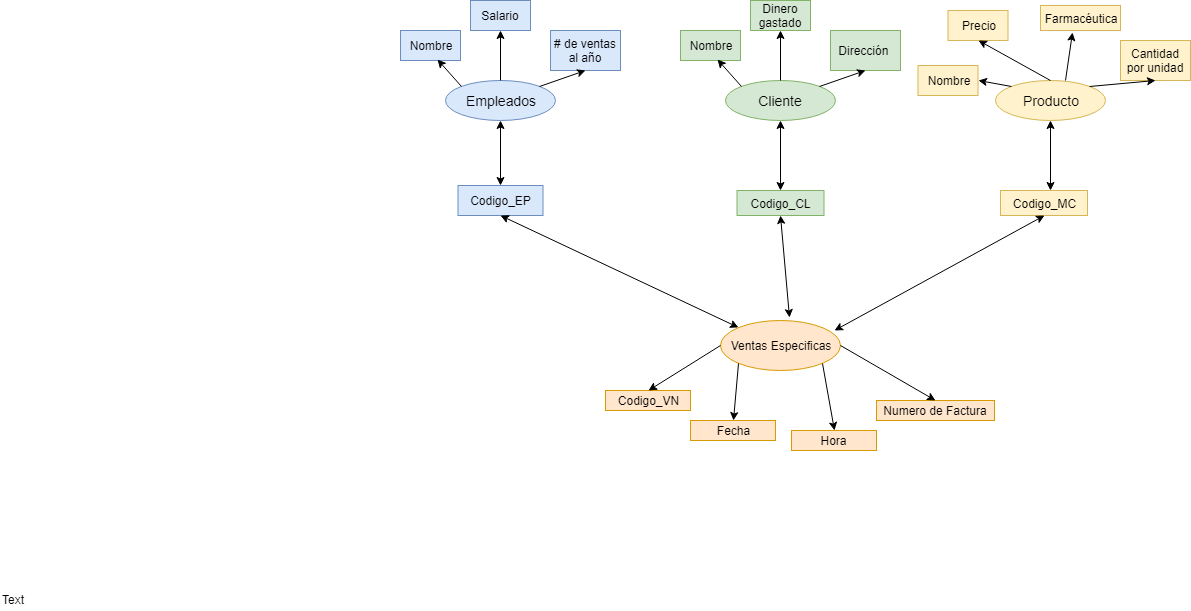
chchew/PROYECTO2-BD keeps this draw.io diagram as Fase 1/Diagrama.png. Above is the earlier version. Source tidied: cells renumbered, new cells last; positions are measured from the earlier drawing's top-left corner, leaving out a move shared by most shapes.
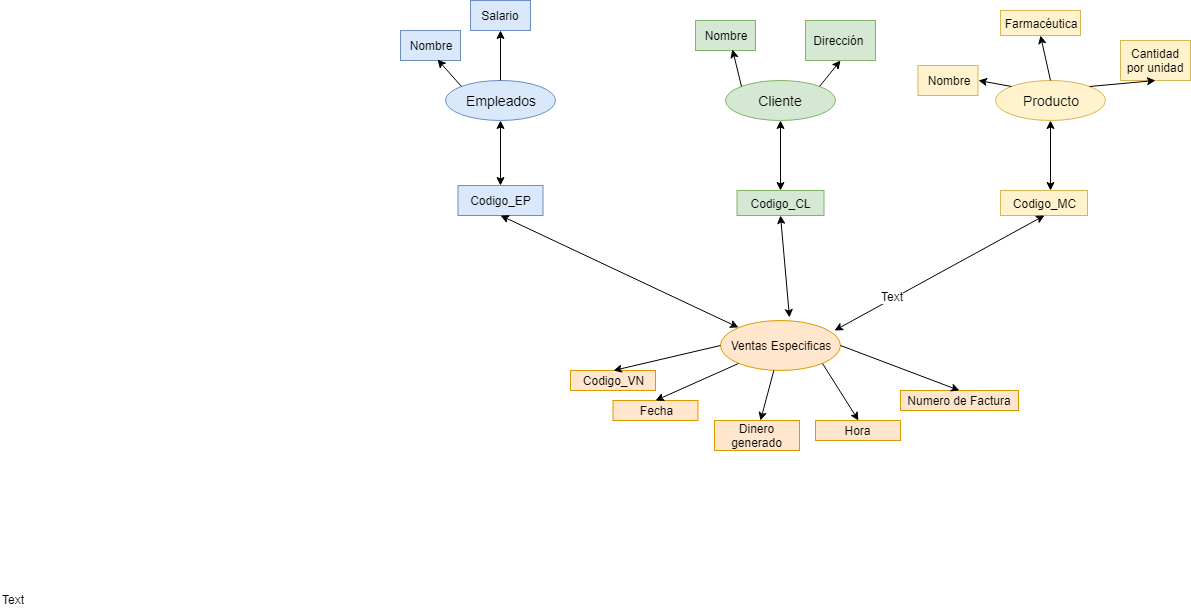
After the commit.

Diff of the diagram source:
```diff
@@ -11,18 +11,12 @@
     <mxCell id="4" value="Salario" style="rounded=0;whiteSpace=wrap;html=1;fillColor=#dae8fc;strokeColor=#6c8ebf;" parent="1" vertex="1">
       <mxGeometry x="470" width="60" height="30" as="geometry" />
     </mxCell>
-    <mxCell id="5" value="# de ventas al año" style="rounded=0;whiteSpace=wrap;html=1;fillColor=#dae8fc;strokeColor=#6c8ebf;" parent="1" vertex="1">
-      <mxGeometry x="550" y="30" width="70" height="40" as="geometry" />
-    </mxCell>
     <mxCell id="6" style="endArrow=classic;html=1;entryX=0.617;entryY=0.967;entryDx=0;entryDy=0;entryPerimeter=0;exitX=0;exitY=0;exitDx=0;exitDy=0;" parent="1" edge="1" source="2" target="3">
       <mxGeometry relative="1" as="geometry" />
     </mxCell>
     <mxCell id="7" style="endArrow=classic;html=1;exitX=0.5;exitY=0;exitDx=0;exitDy=0;entryX=0.5;entryY=1;entryDx=0;entryDy=0;" parent="1" edge="1" source="2" target="4">
       <mxGeometry relative="1" as="geometry" />
     </mxCell>
-    <mxCell id="8" style="endArrow=classic;html=1;exitX=1;exitY=0;exitDx=0;exitDy=0;entryX=0.5;entryY=1;entryDx=0;entryDy=0;" parent="1" edge="1" source="2" target="5">
-      <mxGeometry relative="1" as="geometry" />
-    </mxCell>
     <mxCell id="9" style="endArrow=classic;startArrow=classic;html=1;entryX=0.5;entryY=0;entryDx=0;entryDy=0;" parent="1" edge="1" target="10">
       <mxGeometry relative="1" as="geometry">
         <mxPoint x="500" y="120" as="sourcePoint" />
@@ -41,20 +35,14 @@
       <mxGeometry x="725" y="80" width="110" height="40" as="geometry" />
     </mxCell>
     <mxCell id="14" value="Nombre" style="rounded=0;whiteSpace=wrap;html=1;fillColor=#d5e8d4;strokeColor=#82b366;" parent="1" vertex="1">
-      <mxGeometry x="680" y="30" width="60" height="30" as="geometry" />
+      <mxGeometry x="695" y="20" width="60" height="30" as="geometry" />
     </mxCell>
-    <mxCell id="15" value="Dinero gastado" style="rounded=0;whiteSpace=wrap;html=1;fillColor=#d5e8d4;strokeColor=#82b366;" parent="1" vertex="1">
-      <mxGeometry x="750" width="60" height="30" as="geometry" />
-    </mxCell>
     <mxCell id="16" value="Dirección&amp;nbsp;" style="rounded=0;whiteSpace=wrap;html=1;fillColor=#d5e8d4;strokeColor=#82b366;" parent="1" vertex="1">
-      <mxGeometry x="830" y="30" width="70" height="40" as="geometry" />
+      <mxGeometry x="805" y="20" width="70" height="40" as="geometry" />
     </mxCell>
     <mxCell id="17" style="endArrow=classic;html=1;entryX=0.617;entryY=0.967;entryDx=0;entryDy=0;entryPerimeter=0;exitX=0;exitY=0;exitDx=0;exitDy=0;" parent="1" edge="1" source="13" target="14">
       <mxGeometry relative="1" as="geometry" />
     </mxCell>
-    <mxCell id="18" style="endArrow=classic;html=1;exitX=0.5;exitY=0;exitDx=0;exitDy=0;entryX=0.5;entryY=1;entryDx=0;entryDy=0;" parent="1" edge="1" source="13" target="15">
-      <mxGeometry relative="1" as="geometry" />
-    </mxCell>
     <mxCell id="19" style="endArrow=classic;html=1;exitX=1;exitY=0;exitDx=0;exitDy=0;entryX=0.5;entryY=1;entryDx=0;entryDy=0;" parent="1" edge="1" source="13" target="16">
       <mxGeometry relative="1" as="geometry" />
     </mxCell>
@@ -75,18 +63,12 @@
     <mxCell id="24" value="Nombre" style="rounded=0;whiteSpace=wrap;html=1;fillColor=#fff2cc;strokeColor=#d6b656;" parent="1" vertex="1">
       <mxGeometry x="917.5" y="65" width="60" height="30" as="geometry" />
     </mxCell>
-    <mxCell id="25" value="Precio" style="rounded=0;whiteSpace=wrap;html=1;fillColor=#fff2cc;strokeColor=#d6b656;" parent="1" vertex="1">
-      <mxGeometry x="947.5" y="10" width="60" height="30" as="geometry" />
-    </mxCell>
     <mxCell id="26" value="Cantidad por unidad" style="rounded=0;whiteSpace=wrap;html=1;fillColor=#fff2cc;strokeColor=#d6b656;" parent="1" vertex="1">
       <mxGeometry x="1120" y="40" width="70" height="40" as="geometry" />
     </mxCell>
     <mxCell id="27" style="endArrow=classic;html=1;entryX=1;entryY=0.5;entryDx=0;entryDy=0;exitX=0;exitY=0;exitDx=0;exitDy=0;" parent="1" edge="1" source="23" target="24">
       <mxGeometry relative="1" as="geometry" />
     </mxCell>
-    <mxCell id="28" style="endArrow=classic;html=1;exitX=0.5;exitY=0;exitDx=0;exitDy=0;entryX=0.5;entryY=1;entryDx=0;entryDy=0;" parent="1" edge="1" source="23" target="25">
-      <mxGeometry relative="1" as="geometry" />
-    </mxCell>
     <mxCell id="29" style="endArrow=classic;html=1;exitX=1;exitY=0;exitDx=0;exitDy=0;entryX=0.5;entryY=1;entryDx=0;entryDy=0;" parent="1" edge="1" source="23" target="26">
       <mxGeometry relative="1" as="geometry" />
     </mxCell>
@@ -97,11 +79,11 @@
       </mxGeometry>
     </mxCell>
     <mxCell id="31" value="Farmacéutica" style="rounded=0;whiteSpace=wrap;html=1;fillColor=#fff2cc;strokeColor=#d6b656;" parent="1" vertex="1">
-      <mxGeometry x="1040" y="5" width="80" height="25" as="geometry" />
+      <mxGeometry x="1000" y="10" width="80" height="25" as="geometry" />
     </mxCell>
-    <mxCell id="32" style="endArrow=classic;html=1;entryX=0.4;entryY=1.08;entryDx=0;entryDy=0;entryPerimeter=0;" parent="1" edge="1" target="31">
+    <mxCell id="32" style="endArrow=classic;html=1;entryX=0.5;entryY=1;entryDx=0;entryDy=0;" parent="1" edge="1" target="31">
       <mxGeometry relative="1" as="geometry">
-        <mxPoint x="1065" y="80" as="sourcePoint" />
+        <mxPoint x="1050" y="80" as="sourcePoint" />
       </mxGeometry>
     </mxCell>
     <mxCell id="33" value="Codigo_MC" style="rounded=0;whiteSpace=wrap;html=1;fillColor=#fff2cc;strokeColor=#d6b656;" parent="1" vertex="1">
@@ -110,17 +92,20 @@
     <mxCell id="34" style="endArrow=classic;startArrow=classic;html=1;entryX=0.5;entryY=1;entryDx=0;entryDy=0;exitX=0.946;exitY=0.2;exitDx=0;exitDy=0;exitPerimeter=0;" parent="1" edge="1" source="12" target="33">
       <mxGeometry relative="1" as="geometry" />
     </mxCell>
+    <mxCell id="44" value="Text" style="text;html=1;align=center;verticalAlign=middle;labelBackgroundColor=#ffffff;" parent="34" vertex="1">
+      <mxGeometry x="-0.44" y="3" relative="1" as="geometry" />
+    </mxCell>
     <mxCell id="35" value="Codigo_VN" style="rounded=0;whiteSpace=wrap;html=1;fillColor=#ffe6cc;strokeColor=#d79b00;" parent="1" vertex="1">
-      <mxGeometry x="605" y="390" width="85" height="20" as="geometry" />
+      <mxGeometry x="570" y="370" width="85" height="20" as="geometry" />
     </mxCell>
     <mxCell id="36" value="Fecha" style="rounded=0;whiteSpace=wrap;html=1;fillColor=#ffe6cc;strokeColor=#d79b00;" parent="1" vertex="1">
-      <mxGeometry x="690" y="420" width="85" height="20" as="geometry" />
+      <mxGeometry x="612.5" y="400" width="85" height="20" as="geometry" />
     </mxCell>
     <mxCell id="37" value="Numero de Factura" style="rounded=0;whiteSpace=wrap;html=1;fillColor=#ffe6cc;strokeColor=#d79b00;" parent="1" vertex="1">
-      <mxGeometry x="876" y="400" width="118" height="20" as="geometry" />
+      <mxGeometry x="900" y="390" width="118" height="20" as="geometry" />
     </mxCell>
     <mxCell id="38" value="Hora" style="rounded=0;whiteSpace=wrap;html=1;fillColor=#ffe6cc;strokeColor=#d79b00;" parent="1" vertex="1">
-      <mxGeometry x="791" y="430" width="85" height="20" as="geometry" />
+      <mxGeometry x="815" y="420" width="85" height="20" as="geometry" />
     </mxCell>
     <mxCell id="39" style="endArrow=classic;html=1;exitX=0;exitY=0.5;exitDx=0;exitDy=0;entryX=0.5;entryY=0;entryDx=0;entryDy=0;" parent="1" edge="1" source="12" target="35">
       <mxGeometry relative="1" as="geometry" />
@@ -137,5 +122,13 @@
     <mxCell id="43" style="endArrow=classic;html=1;exitX=1;exitY=0.5;exitDx=0;exitDy=0;entryX=0.5;entryY=0;entryDx=0;entryDy=0;" parent="1" edge="1" source="12" target="37">
       <mxGeometry relative="1" as="geometry" />
     </mxCell>
+    <mxCell id="45" style="endArrow=classic;html=1;" parent="1" edge="1" source="12">
+      <mxGeometry relative="1" as="geometry">
+        <mxPoint x="760" y="420" as="targetPoint" />
+      </mxGeometry>
+    </mxCell>
+    <mxCell id="46" value="Dinero generado" style="rounded=0;whiteSpace=wrap;html=1;fillColor=#ffe6cc;strokeColor=#d79b00;" parent="1" vertex="1">
+      <mxGeometry x="714" y="420" width="85" height="30" as="geometry" />
+    </mxCell>
   </root>
 </mxGraphModel>
```
